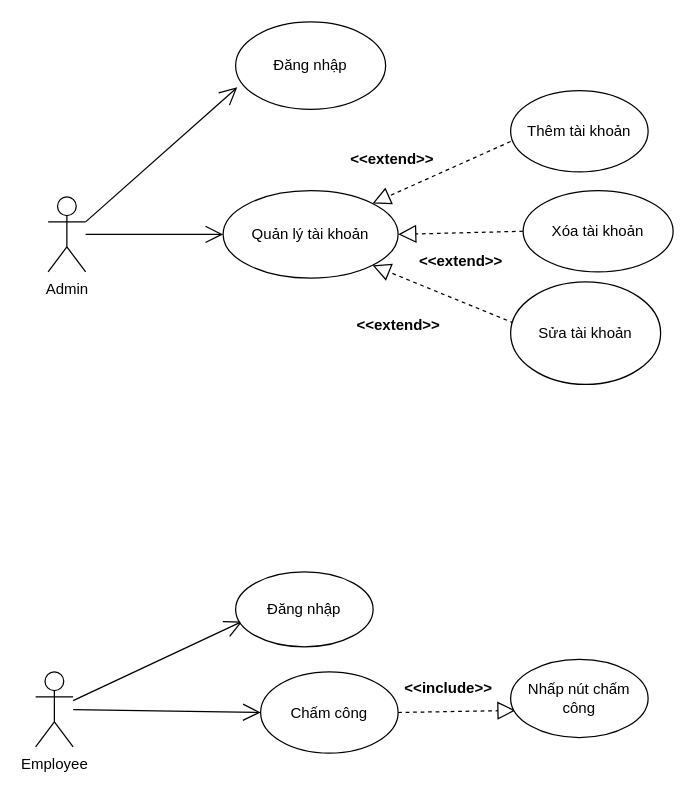
Earlier version of the draw.io diagram page "Trang-1" (1 of 3) of tttn.drawio (VanTruongPTITHCM2002/DoAnJava). Source tidied: cells renumbered, new cells numbered last; positions are measured from the earlier drawing's top-left corner, leaving out a move shared by most shapes. Both pictures are drawn from the tidied source at 125%, with x=0, y=0 at pixel (35, 21).
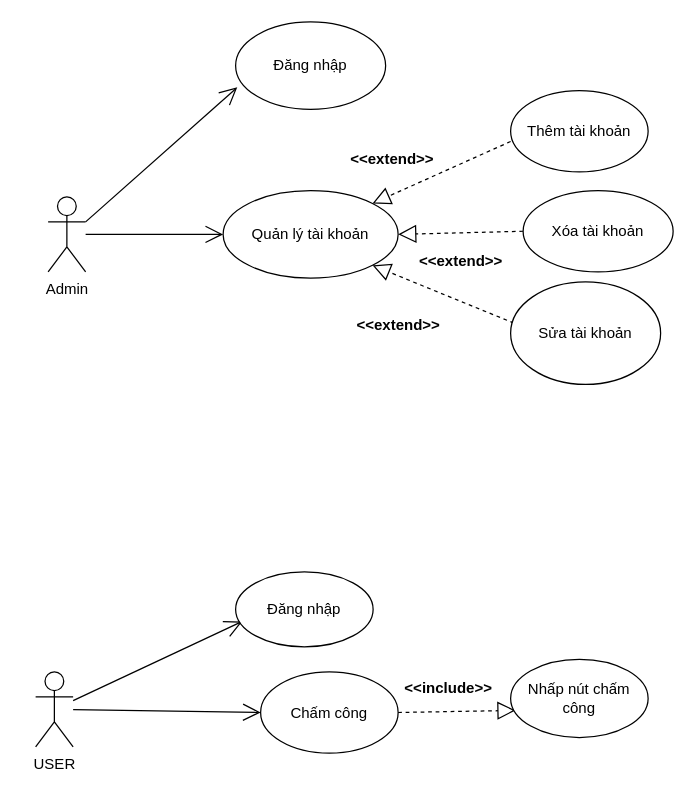
After the change.

Change to the diagram source:
```diff
@@
-    <mxCell id="16" value="Employee" style="shape=umlActor;verticalLabelPosition=bottom;verticalAlign=top;html=1;outlineConnect=0;" parent="1" vertex="1">
+    <mxCell id="16" value="USER" style="shape=umlActor;verticalLabelPosition=bottom;verticalAlign=top;html=1;outlineConnect=0;" parent="1" vertex="1">
       <mxGeometry y="520" width="30" height="60" as="geometry" />
     </mxCell>
```
